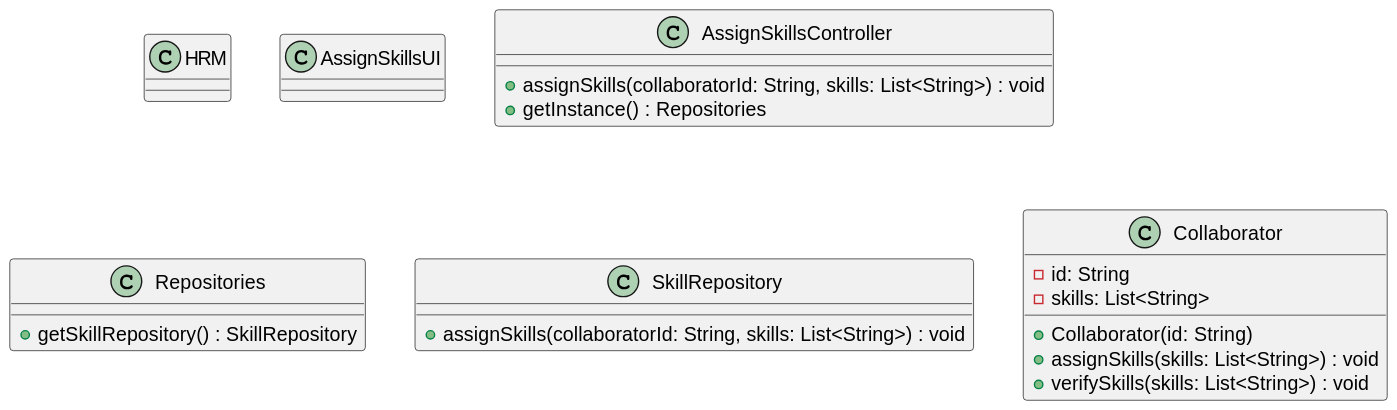
This is docs/sprintB/us004/03.design/svg/us004-class-diagram.svg from ricardomm7/leaflink, a PlantUML export, as it was before one commit. Source of this version:
```plantuml
@startuml
skinparam packageStyle rectangle
skinparam shadowing false
skinparam linetype polyline

class HRM {
}

class AssignSkillsUI {

}

class AssignSkillsController {
    +assignSkills(collaboratorId: String, skills: List<String>) : void
    +getInstance() : Repositories
}

class Repositories {
    +getSkillRepository() : SkillRepository
}

class SkillRepository {
    +assignSkills(collaboratorId: String, skills: List<String>) : void
}

class Collaborator {
    - id: String
    - skills: List<String>
    + Collaborator(id: String)
    + assignSkills(skills: List<String>) : void
    + verifySkills(skills: List<String>) : void
}
@enduml
```
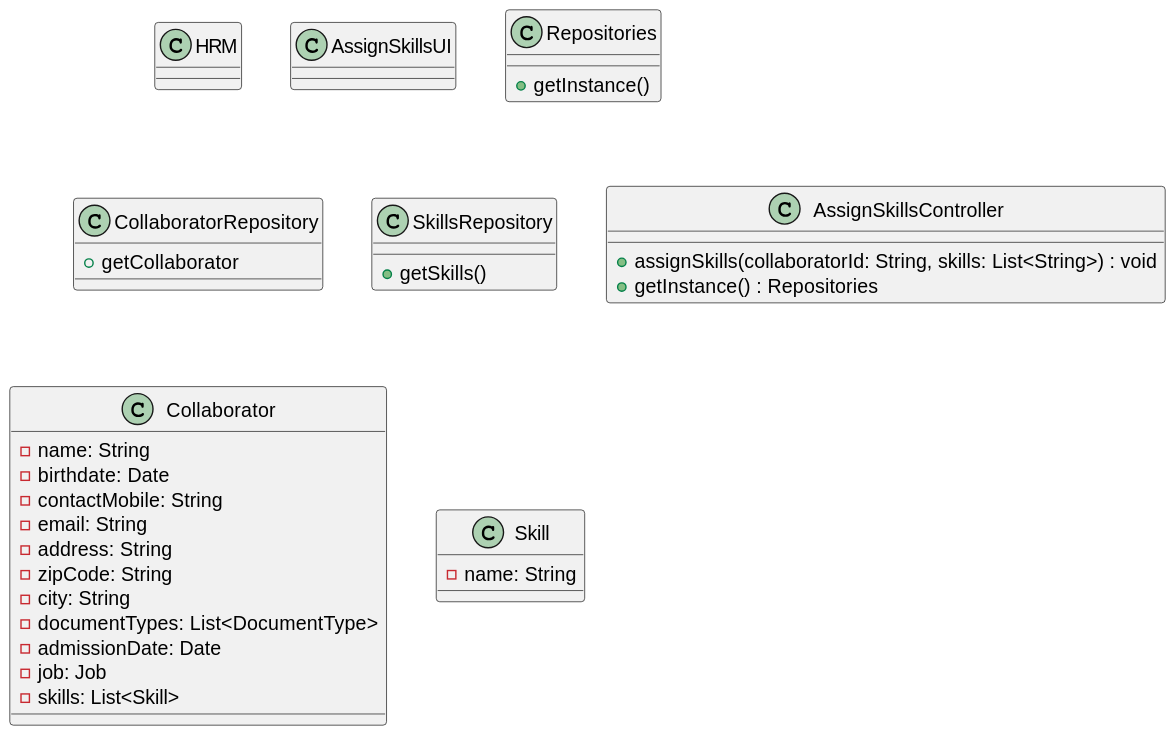
Later version of the same file.

What changed in the source:
```diff
@@ -6,8 +6,20 @@
 class HRM {
 }
 
+
 class AssignSkillsUI {
+}
 
+class Repositories {
+    + getInstance()
+}
+
+class CollaboratorRepository {
+    + getCollaborator
+}
+
+class SkillsRepository {
+    + getSkills()
 }
 
 class AssignSkillsController {
@@ -15,19 +27,22 @@
     +getInstance() : Repositories
 }
 
-class Repositories {
-    +getSkillRepository() : SkillRepository
+class Collaborator {
+    - name: String
+    - birthdate: Date
+    - contactMobile: String
+    - email: String
+    - address: String
+    - zipCode: String
+    - city: String
+    - documentTypes: List<DocumentType>
+    - admissionDate: Date
+    - job: Job
+    - skills: List<Skill>
 }
 
-class SkillRepository {
-    +assignSkills(collaboratorId: String, skills: List<String>) : void
-}
 
-class Collaborator {
-    - id: String
-    - skills: List<String>
-    + Collaborator(id: String)
-    + assignSkills(skills: List<String>) : void
-    + verifySkills(skills: List<String>) : void
+class Skill {
+    - name: String
 }
 @enduml
```
